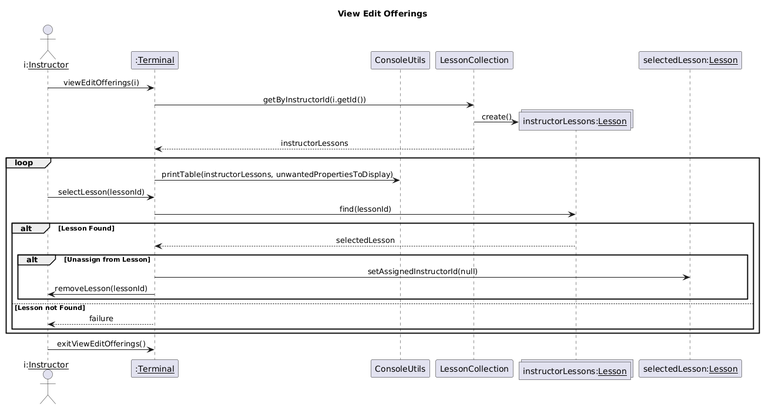
Above: iterationDeliverables/iteration-2/InteractionDiagrams/Images/Instructor-ViewEditOfferings.png in Niravanaa/Alouer-SOEN342 (PlantUML), before the change.
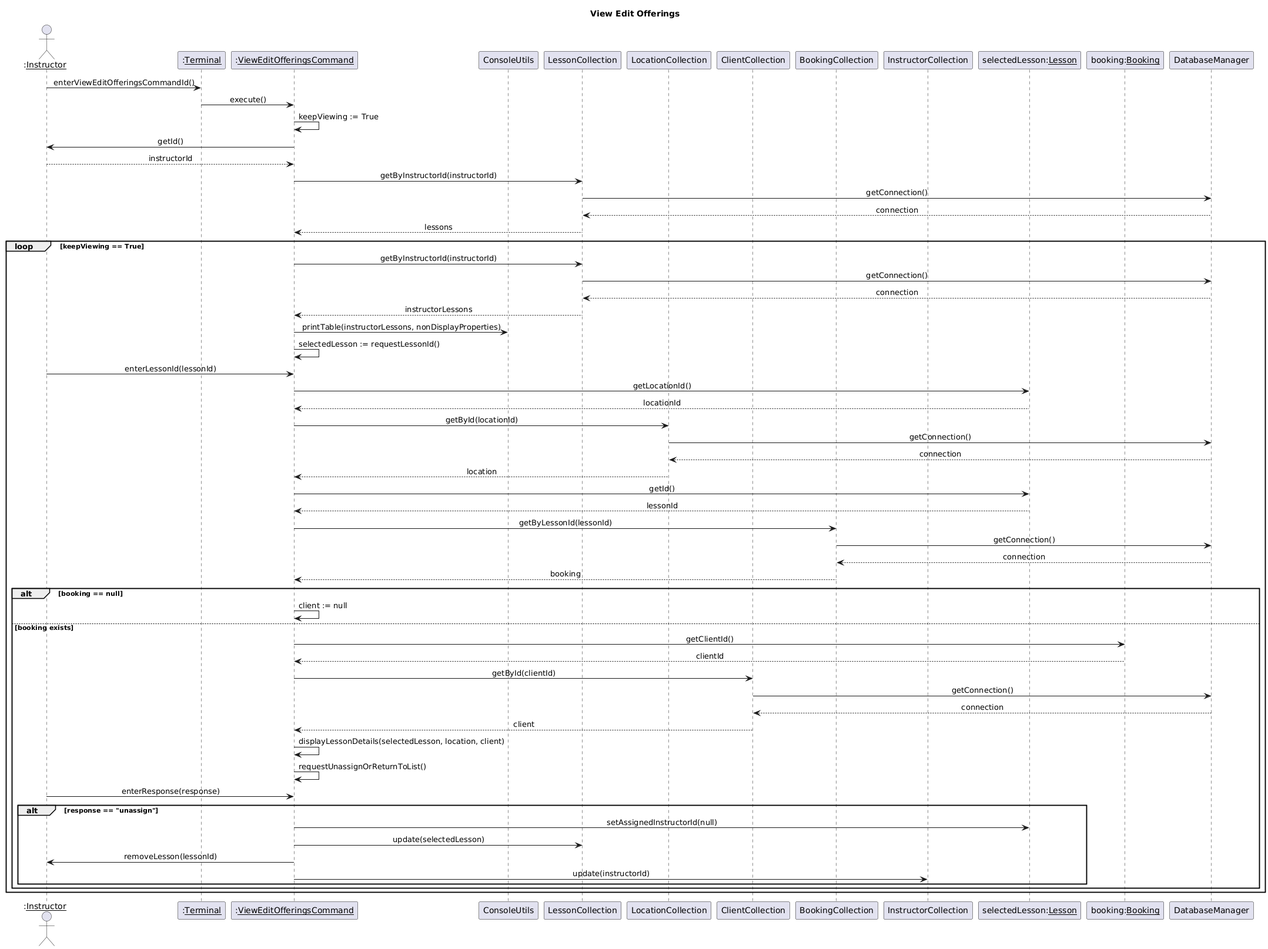
The same file after the commit.

Change to the diagram source:
```diff
@@ -2,37 +2,66 @@
 title View Edit Offerings
 skinparam sequenceMessageAlignment center
 
+actor ":<u>Instructor" as instructor
+participant ":<u>Terminal" as terminal
+participant ":<u>ViewEditOfferingsCommand" as command
+participant "ConsoleUtils" as cUtils
+participant "LessonCollection" as lessonCollection
+participant "LocationCollection" as locationCollection
+participant "ClientCollection" as clientCollection
+participant "BookingCollection" as bookingCollection
+participant "InstructorCollection" as instructorCollection
+participant "selectedLesson:<u>Lesson" as selectedLesson
+participant "booking:<u>Booking" as booking
+participant "DatabaseManager" as databaseManager
 
-actor "i:<u>Instructor" as i
-participant ":<u>Terminal" as Terminal
-participant "ConsoleUtils" as cUtils
-participant "LessonCollection" as LessonCollection
-collections "instructorLessons:<u>Lesson" as instructorLessons
-participant "selectedLesson:<u>Lesson" as selectedLesson
-
-
-i -> Terminal : viewEditOfferings(i)
-Terminal -> LessonCollection : getByInstructorId(i.getId())
-LessonCollection -> instructorLessons ** : create()
-LessonCollection --> Terminal: instructorLessons
-
-loop
-  Terminal -> cUtils : printTable(instructorLessons, unwantedPropertiesToDisplay)
-  i -> Terminal : selectLesson(lessonId)
-  Terminal -> instructorLessons : find(lessonId)
-
-  alt Lesson Found
-    instructorLessons --> Terminal : selectedLesson
-
-    alt Unassign from Lesson
-      Terminal -> selectedLesson : setAssignedInstructorId(null)
-      Terminal -> i : removeLesson(lessonId)
+instructor -> terminal : enterViewEditOfferingsCommandId()
+terminal -> command : execute()
+command -> command : keepViewing := True
+command -> instructor : getId()
+instructor --> command : instructorId
+command -> lessonCollection : getByInstructorId(instructorId)
+lessonCollection -> databaseManager : getConnection()
+databaseManager --> lessonCollection : connection
+lessonCollection --> command : lessons
+loop keepViewing == True
+    command -> lessonCollection : getByInstructorId(instructorId)
+    lessonCollection -> databaseManager : getConnection()
+    databaseManager --> lessonCollection : connection
+    lessonCollection --> command : instructorLessons
+    command -> cUtils : printTable(instructorLessons, nonDisplayProperties)
+    command -> command : selectedLesson := requestLessonId()
+    instructor -> command : enterLessonId(lessonId)
+    command -> selectedLesson : getLocationId()
+    selectedLesson --> command : locationId
+    command -> locationCollection : getById(locationId)
+    locationCollection -> databaseManager : getConnection()
+    databaseManager --> locationCollection : connection
+    locationCollection --> command : location
+    command -> selectedLesson : getId()
+    selectedLesson --> command : lessonId
+    command -> bookingCollection : getByLessonId(lessonId)
+    bookingCollection -> databaseManager : getConnection()
+    databaseManager --> bookingCollection : connection
+    bookingCollection --> command : booking
+    alt booking == null
+        command -> command : client := null
+    else booking exists
+        command -> booking : getClientId()
+        booking --> command : clientId
+        command -> clientCollection: getById(clientId)
+        clientCollection -> databaseManager : getConnection()
+        databaseManager --> clientCollection : connection
+        clientCollection --> command : client
+        command -> command : displayLessonDetails(selectedLesson, location, client)
+        command -> command : requestUnassignOrReturnToList()
+        instructor -> command : enterResponse(response)
+        alt response == "unassign"
+            command -> selectedLesson : setAssignedInstructorId(null)
+            command -> lessonCollection : update(selectedLesson)
+            command -> instructor : removeLesson(lessonId)
+            command -> instructorCollection : update(instructorId)
+        end
     end
-
-  else Lesson not Found
-    Terminal --> i : failure
-  end
 end
-
-i -> Terminal : exitViewEditOfferings()
 @enduml
```
